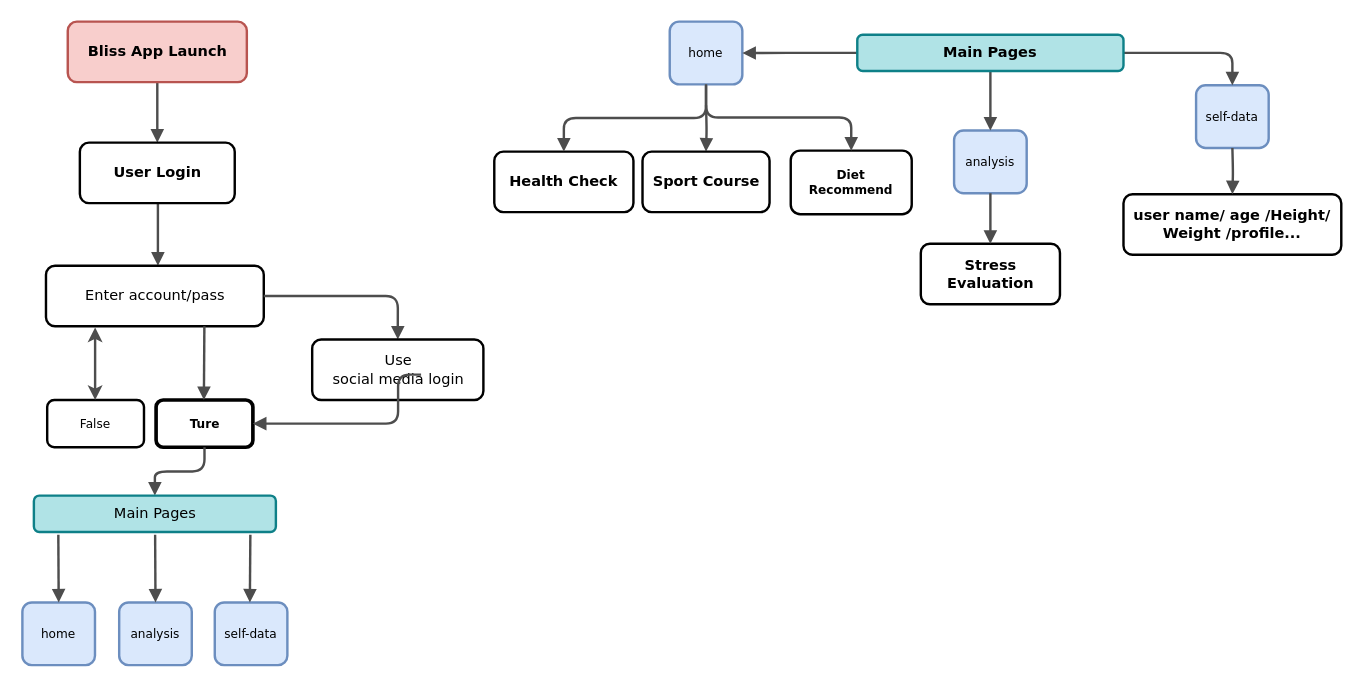
Before: Untitled Diagram.drawio in jilllin0402/2023_home, a draw.io diagram. Source tidied: cells renumbered, new cells numbered last; positions are measured from the earlier drawing's top-left corner, leaving out a move shared by most shapes. Both pictures are drawn from the tidied source at 121%, with x=0, y=0 at pixel (22, 21).
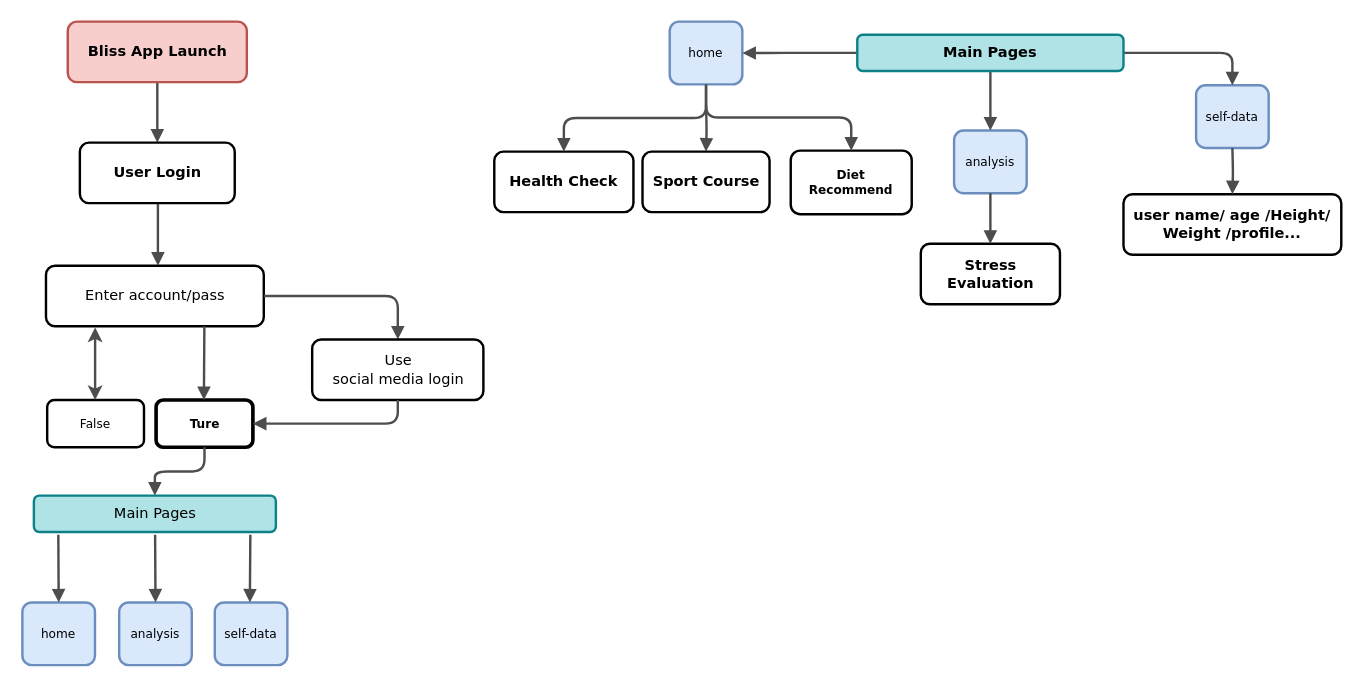
Above is the later version.

The change refers to these unchanged cells:
```xml
<mxCell id="3" style="whiteSpace=wrap;html=1;rounded=1;shadow=0;comic=0;strokeWidth=3;fontFamily=Verdana;align=center;fontSize=10;" parent="1" vertex="1">
  <mxGeometry x="110.5" y="313.1" width="80" height="39" as="geometry" />
</mxCell>
<mxCell id="22" value="Use &lt;br&gt;social media login" style="whiteSpace=wrap;html=1;rounded=1;shadow=0;comic=0;strokeWidth=2;fontFamily=Verdana;align=center;fontSize=12;fontStyle=0;" parent="1" vertex="1">
  <mxGeometry x="239.5" y="263.1" width="141.5" height="50" as="geometry" />
</mxCell>
```

Change to the diagram source:
```diff
@@
-    <mxCell id="23" style="edgeStyle=orthogonalEdgeStyle;rounded=1;html=1;labelBackgroundColor=none;endArrow=block;endFill=1;strokeColor=#4D4D4D;strokeWidth=2;fontFamily=Verdana;fontSize=12;fontStyle=1;entryX=1;entryY=0.5;entryDx=0;entryDy=0;" parent="1" edge="1" target="3">
+    <mxCell id="23" style="edgeStyle=orthogonalEdgeStyle;rounded=1;html=1;labelBackgroundColor=none;endArrow=block;endFill=1;strokeColor=#4D4D4D;strokeWidth=2;fontFamily=Verdana;fontSize=12;fontStyle=1;entryX=1;entryY=0.5;entryDx=0;entryDy=0;exitX=0.5;exitY=1;exitDx=0;exitDy=0;" parent="1" edge="1" source="22" target="3">
       <mxGeometry relative="1" as="geometry">
-        <mxPoint x="329.5" y="292.1" as="sourcePoint" />
         <Array as="points">
-          <mxPoint x="310.5" y="333.1" />
+          <mxPoint x="310" y="333" />
         </Array>
       </mxGeometry>
     </mxCell>
```
